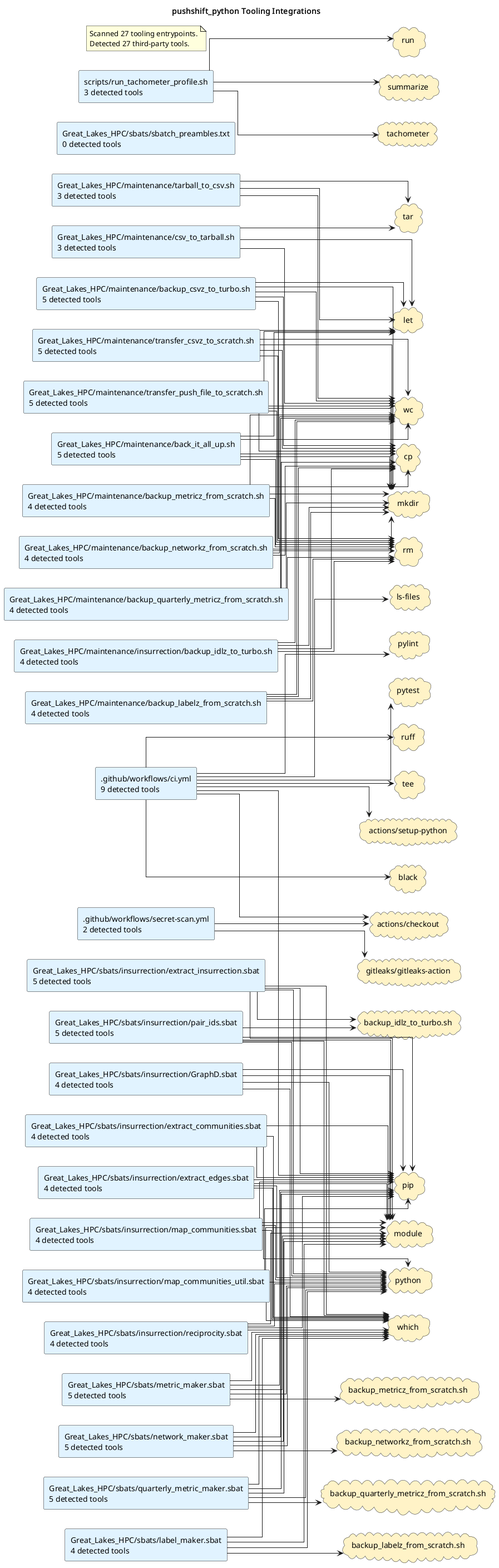
Earlier version of the PlantUML export docs/diagrams/tooling-integrations.puml.png (casonk/pushshift_python).
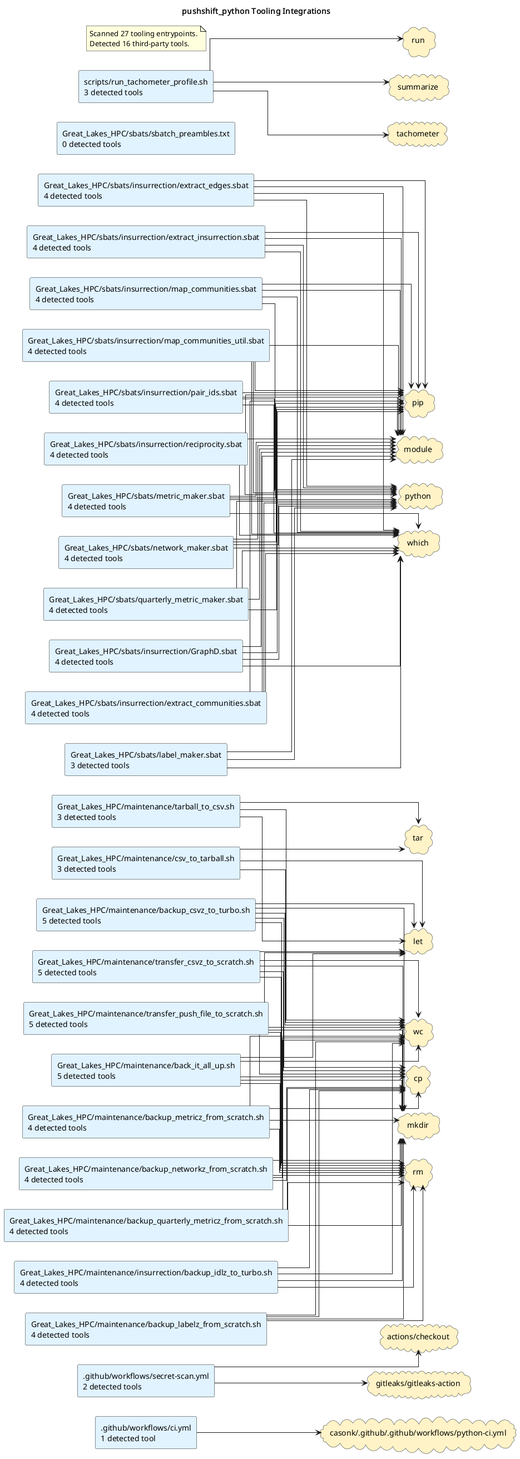
Later version of the same file.

Diff of the diagram source:
```diff
@@ -5,7 +5,7 @@
 skinparam defaultFontName Monospace
 skinparam componentStyle rectangle
 skinparam linetype ortho
-rectangle ".github/workflows/ci.yml\n9 detected tools" as source_github_workflows_ci_yml #E0F2FE
+rectangle ".github/workflows/ci.yml\n1 detected tool" as source_github_workflows_ci_yml #E0F2FE
 rectangle ".github/workflows/secret-scan.yml\n2 detected tools" as source_github_workflows_secret_scan_yml #E0F2FE
 rectangle "Great_Lakes_HPC/maintenance/back_it_all_up.sh\n5 detected tools" as source_great_lakes_hpc_maintenance_back_it_all_up_sh #E0F2FE
 rectangle "Great_Lakes_HPC/maintenance/backup_csvz_to_turbo.sh\n5 detected tools" as source_great_lakes_hpc_maintenance_backup_csvz_to_turbo_sh #E0F2FE
@@ -21,53 +21,34 @@
 rectangle "Great_Lakes_HPC/sbats/insurrection/GraphD.sbat\n4 detected tools" as source_great_lakes_hpc_sbats_insurrection_graphd_sbat #E0F2FE
 rectangle "Great_Lakes_HPC/sbats/insurrection/extract_communities.sbat\n4 detected tools" as source_great_lakes_hpc_sbats_insurrection_extract_communities_sbat #E0F2FE
 rectangle "Great_Lakes_HPC/sbats/insurrection/extract_edges.sbat\n4 detected tools" as source_great_lakes_hpc_sbats_insurrection_extract_edges_sbat #E0F2FE
-rectangle "Great_Lakes_HPC/sbats/insurrection/extract_insurrection.sbat\n5 detected tools" as source_great_lakes_hpc_sbats_insurrection_extract_insurrection_sbat #E0F2FE
+rectangle "Great_Lakes_HPC/sbats/insurrection/extract_insurrection.sbat\n4 detected tools" as source_great_lakes_hpc_sbats_insurrection_extract_insurrection_sbat #E0F2FE
 rectangle "Great_Lakes_HPC/sbats/insurrection/map_communities.sbat\n4 detected tools" as source_great_lakes_hpc_sbats_insurrection_map_communities_sbat #E0F2FE
 rectangle "Great_Lakes_HPC/sbats/insurrection/map_communities_util.sbat\n4 detected tools" as source_great_lakes_hpc_sbats_insurrection_map_communities_util_sbat #E0F2FE
-rectangle "Great_Lakes_HPC/sbats/insurrection/pair_ids.sbat\n5 detected tools" as source_great_lakes_hpc_sbats_insurrection_pair_ids_sbat #E0F2FE
+rectangle "Great_Lakes_HPC/sbats/insurrection/pair_ids.sbat\n4 detected tools" as source_great_lakes_hpc_sbats_insurrection_pair_ids_sbat #E0F2FE
 rectangle "Great_Lakes_HPC/sbats/insurrection/reciprocity.sbat\n4 detected tools" as source_great_lakes_hpc_sbats_insurrection_reciprocity_sbat #E0F2FE
-rectangle "Great_Lakes_HPC/sbats/label_maker.sbat\n4 detected tools" as source_great_lakes_hpc_sbats_label_maker_sbat #E0F2FE
-rectangle "Great_Lakes_HPC/sbats/metric_maker.sbat\n5 detected tools" as source_great_lakes_hpc_sbats_metric_maker_sbat #E0F2FE
-rectangle "Great_Lakes_HPC/sbats/network_maker.sbat\n5 detected tools" as source_great_lakes_hpc_sbats_network_maker_sbat #E0F2FE
-rectangle "Great_Lakes_HPC/sbats/quarterly_metric_maker.sbat\n5 detected tools" as source_great_lakes_hpc_sbats_quarterly_metric_maker_sbat #E0F2FE
+rectangle "Great_Lakes_HPC/sbats/label_maker.sbat\n3 detected tools" as source_great_lakes_hpc_sbats_label_maker_sbat #E0F2FE
+rectangle "Great_Lakes_HPC/sbats/metric_maker.sbat\n4 detected tools" as source_great_lakes_hpc_sbats_metric_maker_sbat #E0F2FE
+rectangle "Great_Lakes_HPC/sbats/network_maker.sbat\n4 detected tools" as source_great_lakes_hpc_sbats_network_maker_sbat #E0F2FE
+rectangle "Great_Lakes_HPC/sbats/quarterly_metric_maker.sbat\n4 detected tools" as source_great_lakes_hpc_sbats_quarterly_metric_maker_sbat #E0F2FE
 rectangle "Great_Lakes_HPC/sbats/sbatch_preambles.txt\n0 detected tools" as source_great_lakes_hpc_sbats_sbatch_preambles_txt #E0F2FE
 rectangle "scripts/run_tachometer_profile.sh\n3 detected tools" as source_scripts_run_tachometer_profile_sh #E0F2FE
 cloud "actions/checkout" as tool_actions_checkout #FEF3C7
-cloud "actions/setup-python" as tool_actions_setup_python #FEF3C7
-cloud "backup_idlz_to_turbo.sh" as tool_backup_idlz_to_turbo_sh #FEF3C7
-cloud "backup_labelz_from_scratch.sh" as tool_backup_labelz_from_scratch_sh #FEF3C7
-cloud "backup_metricz_from_scratch.sh" as tool_backup_metricz_from_scratch_sh #FEF3C7
-cloud "backup_networkz_from_scratch.sh" as tool_backup_networkz_from_scratch_sh #FEF3C7
-cloud "backup_quarterly_metricz_from_scratch.sh" as tool_backup_quarterly_metricz_from_scratch_sh #FEF3C7
-cloud "black" as tool_black #FEF3C7
+cloud "casonk/.github/.github/workflows/python-ci.yml" as tool_casonk_github_github_workflows_python_ci_yml #FEF3C7
 cloud "cp" as tool_cp #FEF3C7
 cloud "gitleaks/gitleaks-action" as tool_gitleaks_gitleaks_action #FEF3C7
 cloud "let" as tool_let #FEF3C7
-cloud "ls-files" as tool_ls_files #FEF3C7
 cloud "mkdir" as tool_mkdir #FEF3C7
 cloud "module" as tool_module #FEF3C7
 cloud "pip" as tool_pip #FEF3C7
-cloud "pylint" as tool_pylint #FEF3C7
-cloud "pytest" as tool_pytest #FEF3C7
 cloud "python" as tool_python #FEF3C7
 cloud "rm" as tool_rm #FEF3C7
-cloud "ruff" as tool_ruff #FEF3C7
 cloud "run" as tool_run #FEF3C7
 cloud "summarize" as tool_summarize #FEF3C7
 cloud "tachometer" as tool_tachometer #FEF3C7
 cloud "tar" as tool_tar #FEF3C7
-cloud "tee" as tool_tee #FEF3C7
 cloud "wc" as tool_wc #FEF3C7
 cloud "which" as tool_which #FEF3C7
-source_github_workflows_ci_yml --> tool_actions_checkout
-source_github_workflows_ci_yml --> tool_actions_setup_python
-source_github_workflows_ci_yml --> tool_black
-source_github_workflows_ci_yml --> tool_ls_files
-source_github_workflows_ci_yml --> tool_pip
-source_github_workflows_ci_yml --> tool_pylint
-source_github_workflows_ci_yml --> tool_pytest
-source_github_workflows_ci_yml --> tool_ruff
-source_github_workflows_ci_yml --> tool_tee
+source_github_workflows_ci_yml --> tool_casonk_github_github_workflows_python_ci_yml
 source_github_workflows_secret_scan_yml --> tool_actions_checkout
 source_github_workflows_secret_scan_yml --> tool_gitleaks_gitleaks_action
 source_great_lakes_hpc_maintenance_back_it_all_up_sh --> tool_cp
@@ -128,7 +109,6 @@
 source_great_lakes_hpc_sbats_insurrection_extract_edges_sbat --> tool_pip
 source_great_lakes_hpc_sbats_insurrection_extract_edges_sbat --> tool_python
 source_great_lakes_hpc_sbats_insurrection_extract_edges_sbat --> tool_which
-source_great_lakes_hpc_sbats_insurrection_extract_insurrection_sbat --> tool_backup_idlz_to_turbo_sh
 source_great_lakes_hpc_sbats_insurrection_extract_insurrection_sbat --> tool_module
 source_great_lakes_hpc_sbats_insurrection_extract_insurrection_sbat --> tool_pip
 source_great_lakes_hpc_sbats_insurrection_extract_insurrection_sbat --> tool_python
@@ -141,7 +121,6 @@
 source_great_lakes_hpc_sbats_insurrection_map_communities_util_sbat --> tool_pip
 source_great_lakes_hpc_sbats_insurrection_map_communities_util_sbat --> tool_python
 source_great_lakes_hpc_sbats_insurrection_map_communities_util_sbat --> tool_which
-source_great_lakes_hpc_sbats_insurrection_pair_ids_sbat --> tool_backup_idlz_to_turbo_sh
 source_great_lakes_hpc_sbats_insurrection_pair_ids_sbat --> tool_module
 source_great_lakes_hpc_sbats_insurrection_pair_ids_sbat --> tool_pip
 source_great_lakes_hpc_sbats_insurrection_pair_ids_sbat --> tool_python
@@ -150,21 +129,17 @@
 source_great_lakes_hpc_sbats_insurrection_reciprocity_sbat --> tool_pip
 source_great_lakes_hpc_sbats_insurrection_reciprocity_sbat --> tool_python
 source_great_lakes_hpc_sbats_insurrection_reciprocity_sbat --> tool_which
-source_great_lakes_hpc_sbats_label_maker_sbat --> tool_backup_labelz_from_scratch_sh
 source_great_lakes_hpc_sbats_label_maker_sbat --> tool_module
 source_great_lakes_hpc_sbats_label_maker_sbat --> tool_python
 source_great_lakes_hpc_sbats_label_maker_sbat --> tool_which
-source_great_lakes_hpc_sbats_metric_maker_sbat --> tool_backup_metricz_from_scratch_sh
 source_great_lakes_hpc_sbats_metric_maker_sbat --> tool_module
 source_great_lakes_hpc_sbats_metric_maker_sbat --> tool_pip
 source_great_lakes_hpc_sbats_metric_maker_sbat --> tool_python
 source_great_lakes_hpc_sbats_metric_maker_sbat --> tool_which
-source_great_lakes_hpc_sbats_network_maker_sbat --> tool_backup_networkz_from_scratch_sh
 source_great_lakes_hpc_sbats_network_maker_sbat --> tool_module
 source_great_lakes_hpc_sbats_network_maker_sbat --> tool_pip
 source_great_lakes_hpc_sbats_network_maker_sbat --> tool_python
 source_great_lakes_hpc_sbats_network_maker_sbat --> tool_which
-source_great_lakes_hpc_sbats_quarterly_metric_maker_sbat --> tool_backup_quarterly_metricz_from_scratch_sh
 source_great_lakes_hpc_sbats_quarterly_metric_maker_sbat --> tool_module
 source_great_lakes_hpc_sbats_quarterly_metric_maker_sbat --> tool_pip
 source_great_lakes_hpc_sbats_quarterly_metric_maker_sbat --> tool_python
@@ -174,6 +149,6 @@
 source_scripts_run_tachometer_profile_sh --> tool_tachometer
 note as toolingGraphSummary
 Scanned 27 tooling entrypoints.
-Detected 27 third-party tools.
+Detected 16 third-party tools.
 end note
 @enduml
```
